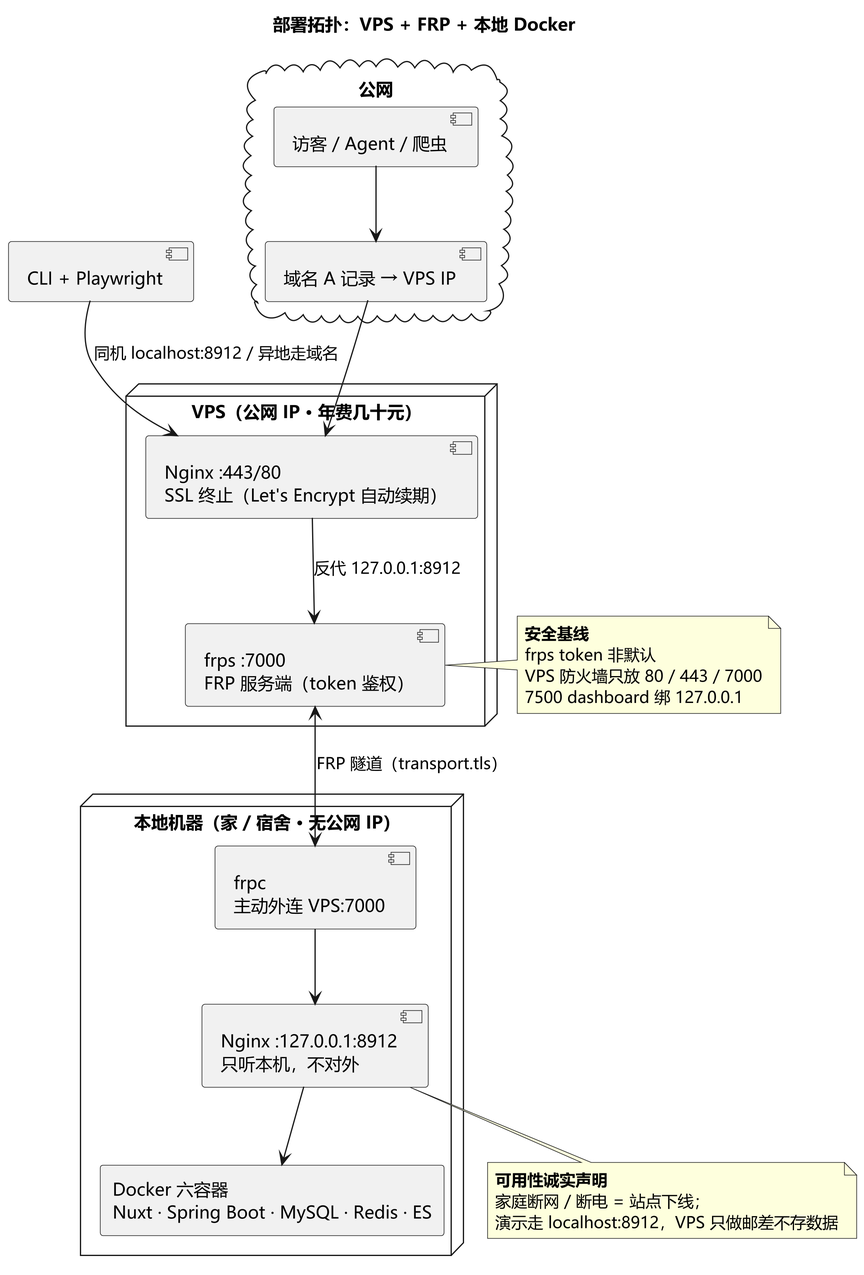
lggyx/inkpress2agent keeps this PlantUML diagram as docs/assets/PRD/png/07-部署拓扑.png. Above is the earlier version. Source of this version:
```plantuml
@startuml 07-部署拓扑
skinparam dpi 300
skinparam shadowing false
skinparam defaultFontName Microsoft YaHei
title 部署拓扑：VPS + FRP + 本地 Docker

cloud "公网" {
  [访客 / Agent / 爬虫] as VIS
  [域名 A 记录 → VPS IP] as DNS
}

node "VPS（公网 IP · 年费几十元）" {
  [Nginx :443/80\nSSL 终止（Let's Encrypt 自动续期）] as VN
  [frps :7000\nFRP 服务端（token 鉴权）] as FS
  VN --> FS : 反代 127.0.0.1:8912
}

node "本地机器（家 / 宿舍 · 无公网 IP）" {
  [frpc\n主动外连 VPS:7000] as FC
  [Nginx :127.0.0.1:8912\n只听本机，不对外] as HN
  rectangle "Docker 六容器\nNuxt · Spring Boot · MySQL · Redis · ES" as DOC
  FC --> HN
  HN --> DOC
}

[CLI + Playwright] as CLI

VIS --> DNS
DNS --> VN
FS <--> FC : FRP 隧道（transport.tls）
CLI --> VN : 同机 localhost:8912 / 异地走域名

note right of FS
  **安全基线**
  frps token 非默认
  VPS 防火墙只放 80 / 443 / 7000
  7500 dashboard 绑 127.0.0.1
end note

note bottom of HN
  **可用性诚实声明**
  家庭断网 / 断电 = 站点下线；
  演示走 localhost:8912，VPS 只做邮差不存数据
end note

@enduml
```
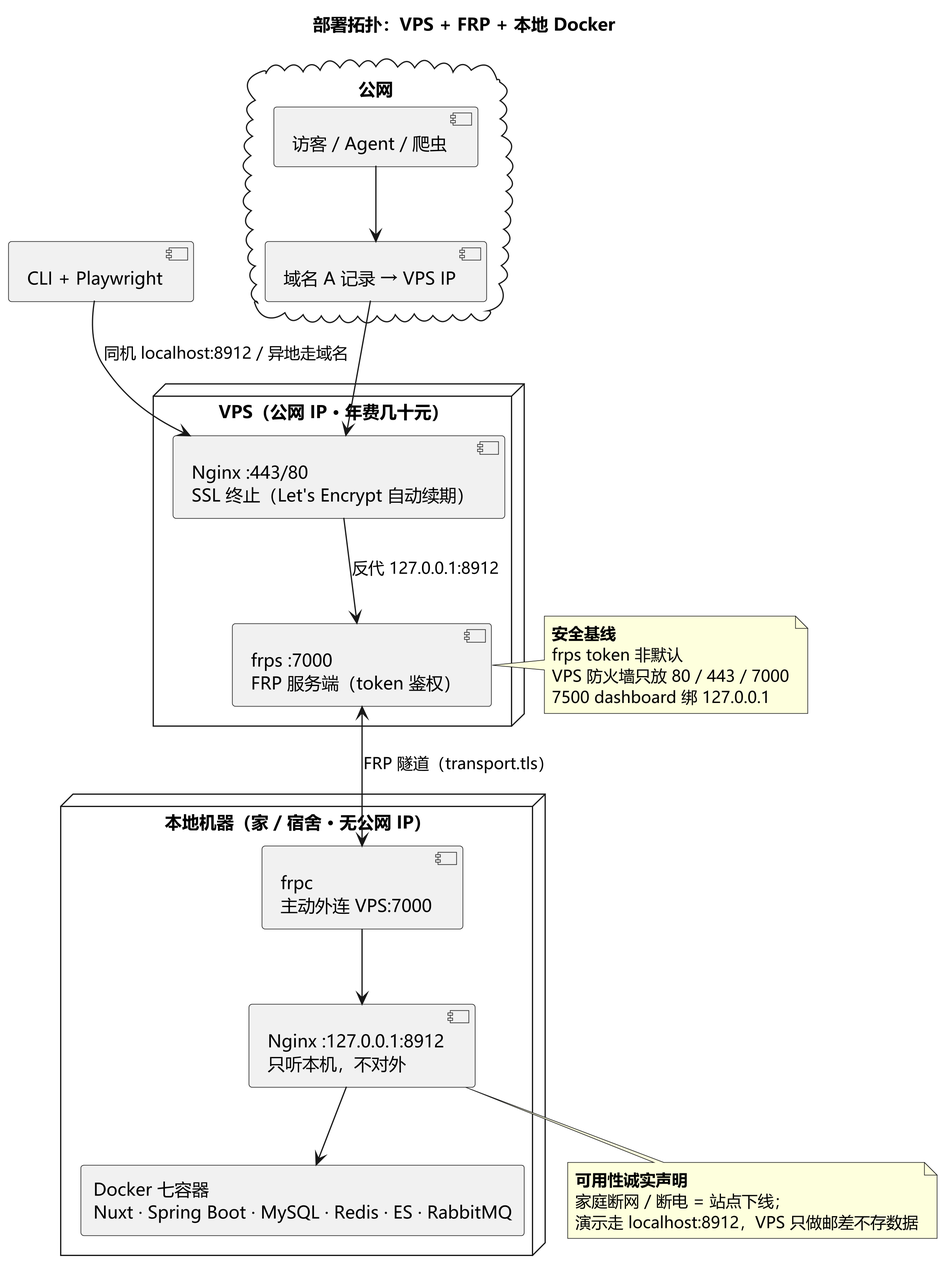
Above is the later version.

What changed in the source:
```diff
@@ -18,7 +18,7 @@
 node "本地机器（家 / 宿舍 · 无公网 IP）" {
   [frpc\n主动外连 VPS:7000] as FC
   [Nginx :127.0.0.1:8912\n只听本机，不对外] as HN
-  rectangle "Docker 六容器\nNuxt · Spring Boot · MySQL · Redis · ES" as DOC
+  rectangle "Docker 七容器\nNuxt · Spring Boot · MySQL · Redis · ES · RabbitMQ" as DOC
   FC --> HN
   HN --> DOC
 }
```
